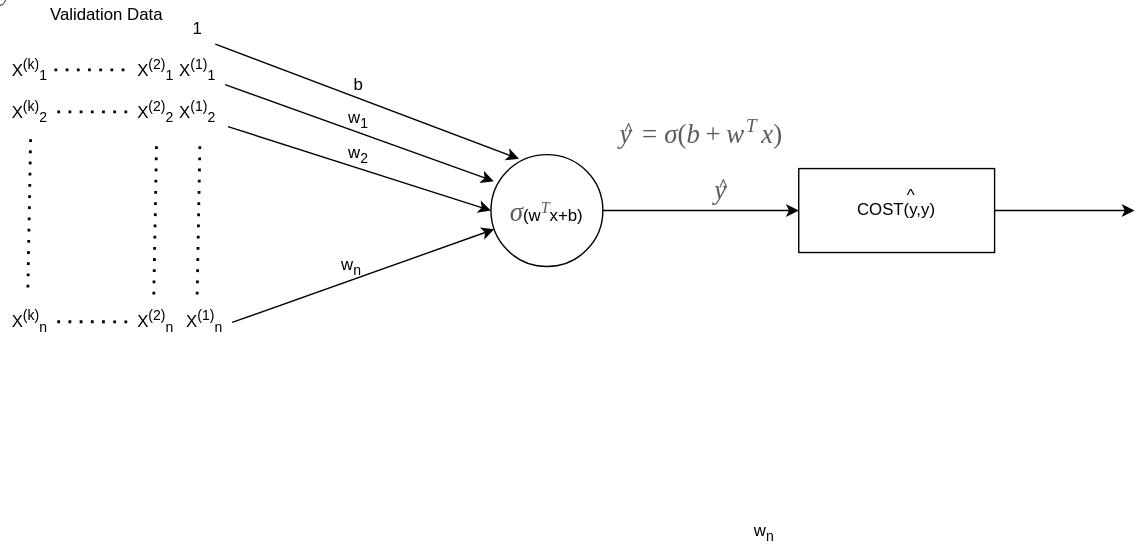
Above: assets/images/supervised/ML-validation-sigmoid-network.svg in ronen567/just-the-docs (draw.io), before the change. Source tidied: cells renumbered, new cells last; positions are measured from the earlier drawing's top-left corner, leaving out a move shared by most shapes.
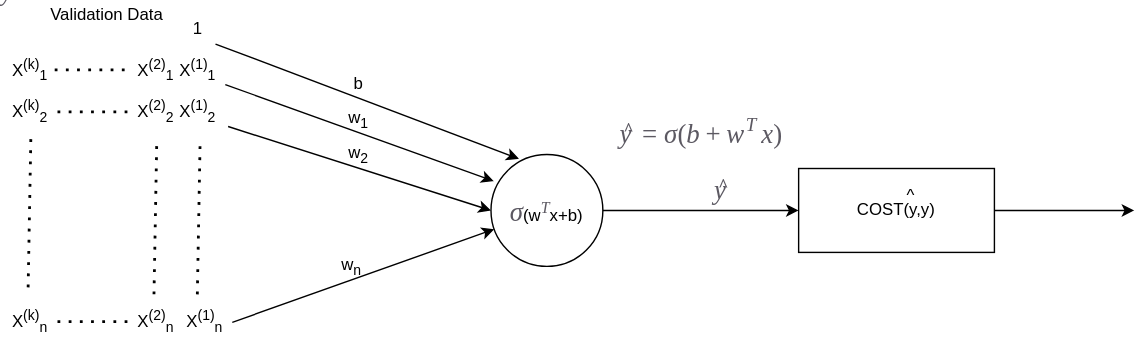
The same diagram one commit later.

What changed in the source:
```diff
@@ -111,9 +111,6 @@
     <mxCell id="31" value="w&lt;sub&gt;n&lt;/sub&gt;" style="text;html=1;align=center;verticalAlign=middle;" parent="1" vertex="1">
       <mxGeometry x="235" y="180" width="30" height="20" as="geometry" />
     </mxCell>
-    <mxCell id="32" value="w&lt;sub&gt;n&lt;/sub&gt;" style="text;html=1;align=center;verticalAlign=middle;" parent="1" vertex="1">
-      <mxGeometry x="530" y="370" width="30" height="20" as="geometry" />
-    </mxCell>
     <mxCell id="33" value="&lt;span style=&quot;color: rgb(92 , 89 , 98) ; font-size: 19.2px ; background-color: rgb(255 , 255 , 255) ; box-sizing: border-box ; transition: none 0s ease 0s ; position: absolute ; border: 0px ; padding: 0px ; margin: 0px ; vertical-align: 0px ; line-height: normal ; clip: rect(3.44em , 1000.52em , 4.378em , -999.997em) ; top: -4.008em ; left: 0.003em&quot;&gt;&lt;span class=&quot;mi&quot; id=&quot;MathJax-Span-401&quot; style=&quot;box-sizing: border-box ; transition: none 0s ease 0s ; display: inline ; position: static ; border: 0px ; padding: 0px ; margin: 0px ; vertical-align: 0px ; line-height: normal ; font-family: &amp;#34;mathjax_math&amp;#34; ; font-style: italic&quot;&gt;y&lt;span style=&quot;box-sizing: border-box ; transition: none 0s ease 0s ; display: inline-block ; position: static ; border: 0px ; padding: 0px ; margin: 0px ; vertical-align: 0px ; line-height: normal ; overflow: hidden ; height: 1px ; width: 0.003em&quot;&gt;&lt;/span&gt;&lt;/span&gt;&lt;span style=&quot;box-sizing: border-box ; transition: none 0s ease 0s ; display: inline-block ; position: static ; border: 0px ; padding: 0px ; margin: 0px ; vertical-align: 0px ; line-height: normal ; width: 0px ; height: 4.013em&quot;&gt;&lt;/span&gt;&lt;/span&gt;&lt;span style=&quot;color: rgb(92 , 89 , 98) ; font-size: 19.2px ; background-color: rgb(255 , 255 , 255) ; box-sizing: border-box ; transition: none 0s ease 0s ; position: absolute ; border: 0px ; padding: 0px ; margin: 0px ; vertical-align: 0px ; line-height: normal ; clip: rect(3.18em , 1000.37em , 3.648em , -999.997em) ; top: -4.06em ; left: 0.107em&quot;&gt;&lt;span class=&quot;mo&quot; id=&quot;MathJax-Span-402&quot; style=&quot;box-sizing: border-box ; transition: none 0s ease 0s ; display: inline ; position: static ; border: 0px ; padding: 0px ; margin: 0px ; vertical-align: 0px ; line-height: normal ; font-family: &amp;#34;mathjax_main&amp;#34;&quot;&gt;^&lt;/span&gt;&lt;/span&gt;" style="text;html=1;align=center;verticalAlign=middle;" parent="1" vertex="1">
       <mxGeometry x="450" y="35" width="20" height="10" as="geometry" />
     </mxCell>
```
